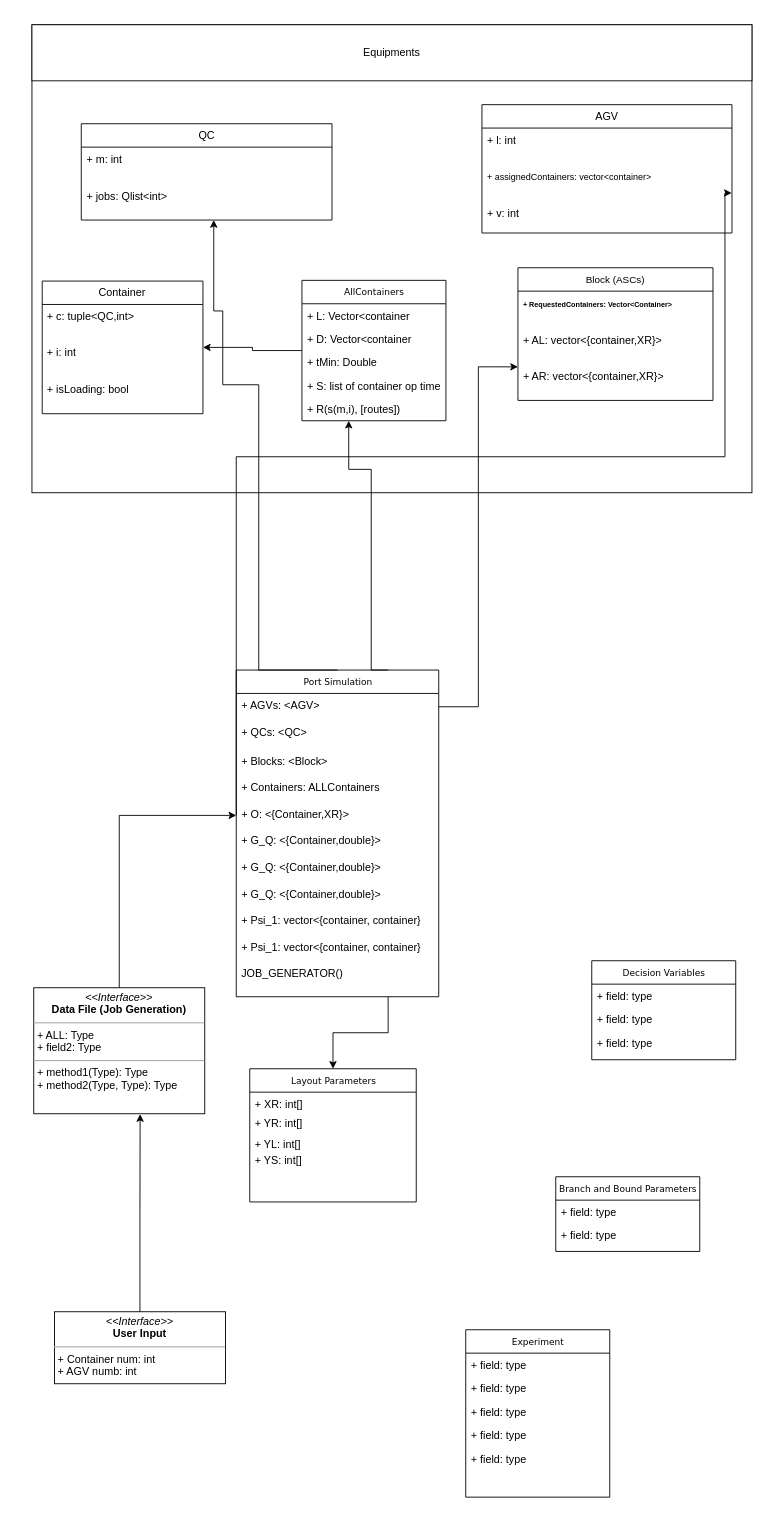
amireza007/AGV-Project keeps this draw.io diagram as AGV-Conflict-Free/BBAPP_UML.drawio. Above is the earlier version. Source tidied: cells renumbered, new cells numbered last; positions are measured from the earlier drawing's top-left corner, leaving out a move shared by most shapes. Both pictures are drawn from the tidied source at 90%, with x=0, y=0 at pixel (32, 24).
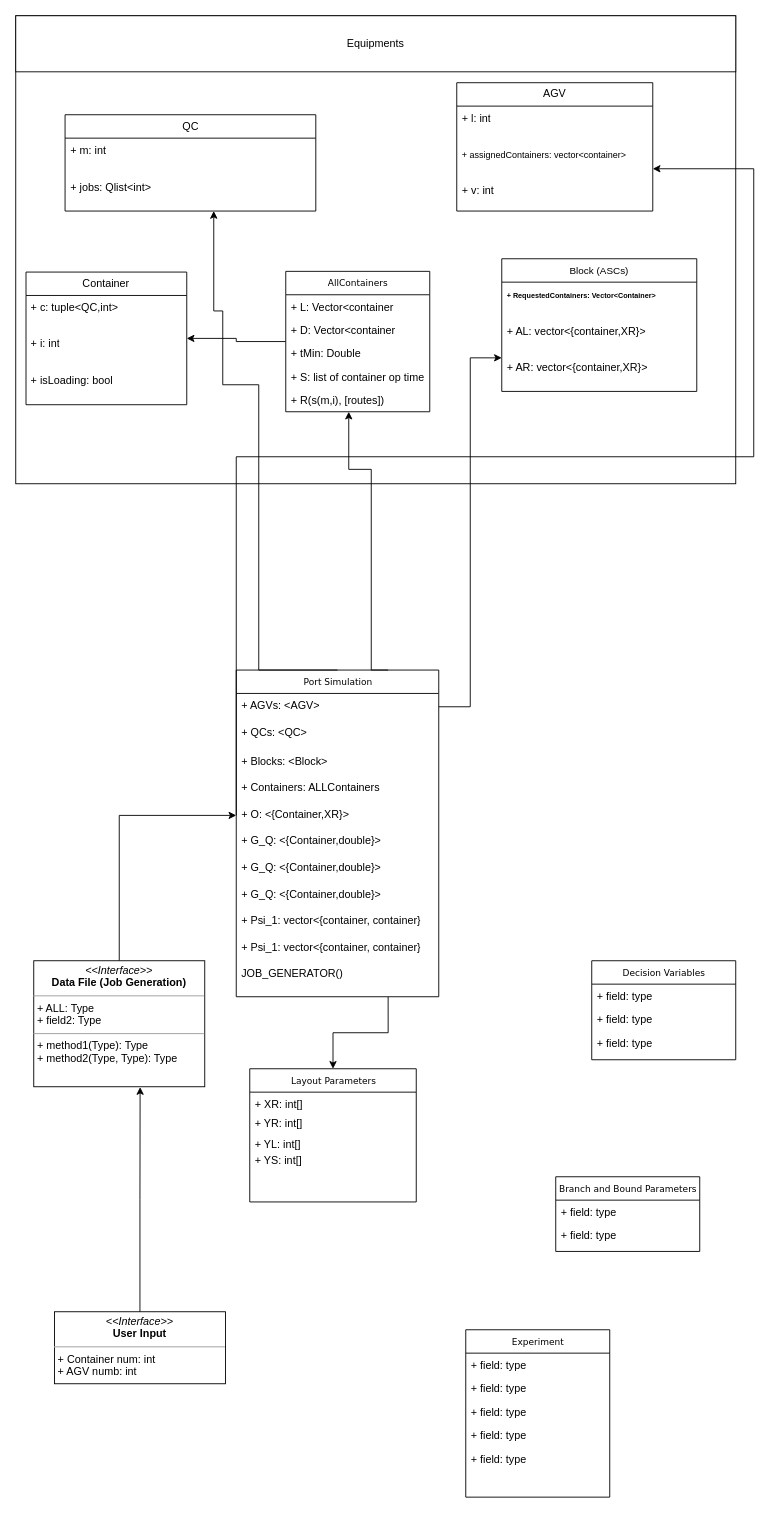
The same diagram, later.

The change refers to these unchanged cells:
```xml
<mxCell id="42" style="group;" parent="41" vertex="1">
  <mxGeometry width="800" height="505.7" as="geometry" />
</mxCell>
```

The edit, as a diff of the source:
```diff
@@
     <mxCell id="16" value="&lt;p style=&quot;margin:0px;margin-top:4px;text-align:center;&quot;&gt;&lt;i&gt;&amp;lt;&amp;lt;Interface&amp;gt;&amp;gt;&lt;/i&gt;&lt;br&gt;&lt;b&gt;Data File (Job Generation)&lt;/b&gt;&lt;/p&gt;&lt;hr size=&quot;1&quot;&gt;&lt;p style=&quot;margin:0px;margin-left:4px;&quot;&gt;+ ALL: Type&lt;br&gt;+ field2: Type&lt;/p&gt;&lt;hr size=&quot;1&quot;&gt;&lt;p style=&quot;margin:0px;margin-left:4px;&quot;&gt;+ method1(Type): Type&lt;br&gt;+ method2(Type, Type): Type&lt;/p&gt;" style="verticalAlign=top;align=left;overflow=fill;fontSize=12;fontFamily=Helvetica;html=1;rounded=0;shadow=0;comic=0;labelBackgroundColor=none;strokeWidth=1;" parent="1" vertex="1">
-      <mxGeometry x="2" y="1070" width="190" height="140" as="geometry" />
+      <mxGeometry x="2" y="1040" width="190" height="140" as="geometry" />
     </mxCell>
@@
-    <mxCell id="38" style="edgeStyle=orthogonalEdgeStyle;rounded=0;jettySize=auto;html=1;exitX=0;exitY=0.5;exitDx=0;exitDy=0;entryX=0.999;entryY=0.781;entryDx=0;entryDy=0;entryPerimeter=0;" parent="1" edge="1" target="57">
+    <mxCell id="38" style="edgeStyle=orthogonalEdgeStyle;rounded=0;jettySize=auto;html=1;exitX=0;exitY=0.5;exitDx=0;exitDy=0;" parent="1" edge="1" target="55">
       <mxGeometry relative="1" as="geometry">
         <mxPoint x="227" y="878.5" as="sourcePoint" />
         <Array as="points">
           <mxPoint x="227" y="480" />
-          <mxPoint x="770" y="480" />
-          <mxPoint x="770" y="187" />
+          <mxPoint x="802" y="480" />
+          <mxPoint x="802" y="160" />
         </Array>
       </mxGeometry>
     </mxCell>
@@
     <mxCell id="41" style="group;strokeColor=default;" parent="1" vertex="1">
-      <mxGeometry width="800" height="520" as="geometry" />
+      <mxGeometry x="-18" y="-10" width="800" height="520" as="geometry" />
     </mxCell>
@@
     <mxCell id="55" value="AGV" style="swimlane;fontStyle=0;horizontal=1;startSize=26;fillColor=none;whiteSpace=wrap;html=1;" parent="42" vertex="1">
-      <mxGeometry x="500" y="88.8" width="277.8" height="142.6" as="geometry" />
+      <mxGeometry x="490" y="74.4" width="217.8" height="142.6" as="geometry" />
     </mxCell>
     <mxCell id="56" value="+ l: int" style="text;strokeColor=none;fillColor=none;align=left;verticalAlign=top;spacingLeft=4;spacingRight=4;overflow=hidden;whiteSpace=wrap;html=1;" parent="55" vertex="1">
-      <mxGeometry y="26" width="277.8" height="40.5" as="geometry" />
+      <mxGeometry y="26" width="217.8" height="40.5" as="geometry" />
     </mxCell>
     <mxCell id="57" value="&lt;font style=&quot;font-size: 10px;&quot;&gt;+ assignedContainers: vector&amp;lt;container&amp;gt;&lt;/font&gt;" style="text;strokeColor=none;fillColor=none;align=left;verticalAlign=top;spacingLeft=4;spacingRight=4;overflow=hidden;points=[[0,0.5],[1,0.5]];portConstraint=eastwest;whiteSpace=wrap;html=1;" parent="55" vertex="1">
-      <mxGeometry y="66.5" width="277.8" height="40.5" as="geometry" />
+      <mxGeometry y="66.5" width="217.8" height="40.5" as="geometry" />
     </mxCell>
     <mxCell id="58" value="+ v: int" style="text;strokeColor=none;fillColor=none;align=left;verticalAlign=top;spacingLeft=4;spacingRight=4;overflow=hidden;whiteSpace=wrap;html=1;" parent="55" vertex="1">
-      <mxGeometry y="107" width="277.8" height="35.6" as="geometry" />
+      <mxGeometry y="107" width="217.8" height="35.6" as="geometry" />
     </mxCell>
```
